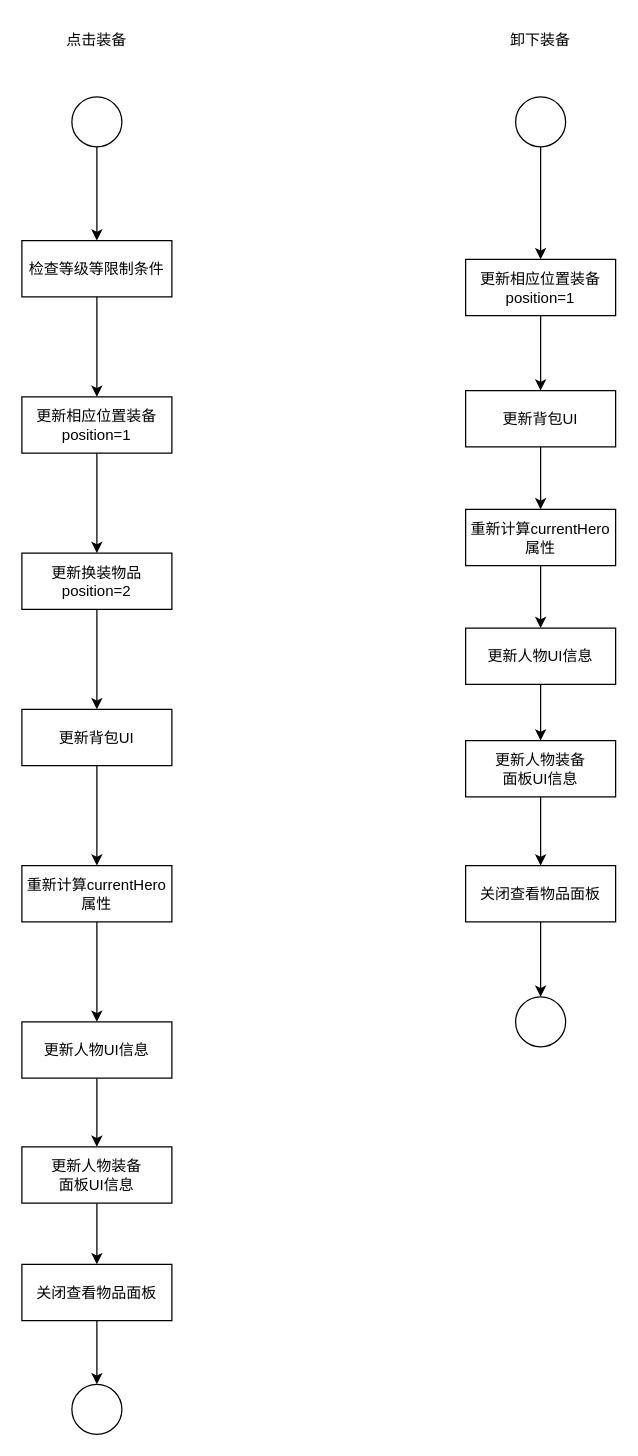
The draw.io diagram page "换装流程" (2 of 2) of AttackFlow.drawio in baokang/Draw, before the edit. Source tidied: cells renumbered, new cells numbered last; positions are measured from the earlier drawing's top-left corner, leaving out a move shared by most shapes. Both pictures are drawn from the tidied source at 125%, with x=0, y=0 at pixel (21, 21).
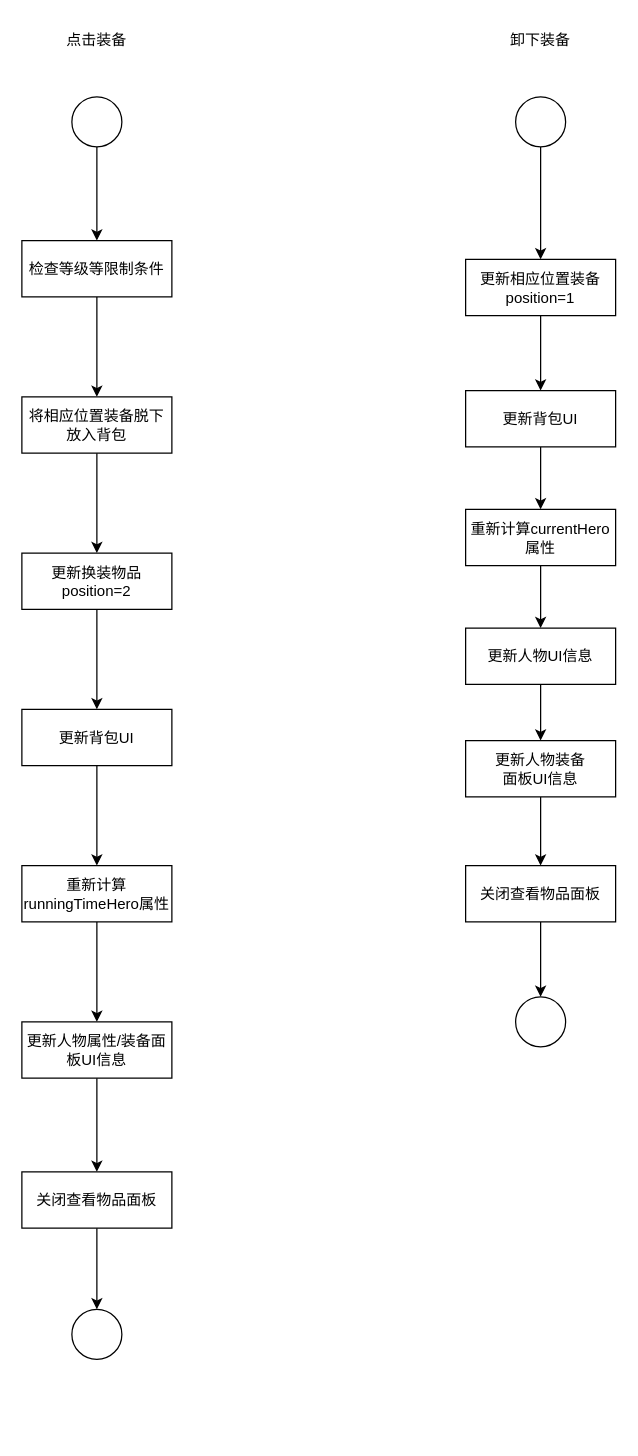
The same diagram, later.

The edit, as a diff of the source:
```diff
@@
-    <mxCell id="8" value="更新相应位置装备position=1" style="whiteSpace=wrap;html=1;" parent="1" vertex="1">
+    <mxCell id="8" value="将相应位置装备脱下放入背包" style="whiteSpace=wrap;html=1;" parent="1" vertex="1">
       <mxGeometry y="300" width="120" height="45" as="geometry" />
     </mxCell>
@@
-    <mxCell id="14" value="重新计算currentHero属性" style="whiteSpace=wrap;html=1;" parent="1" vertex="1">
+    <mxCell id="14" value="重新计算runningTimeHero&lt;span style=&quot;background-color: initial;&quot;&gt;属性&lt;/span&gt;" style="whiteSpace=wrap;html=1;" parent="1" vertex="1">
       <mxGeometry y="675" width="120" height="45" as="geometry" />
     </mxCell>
-    <mxCell id="15" style="edgeStyle=orthogonalEdgeStyle;rounded=0;jettySize=auto;html=1;" parent="1" edge="1" source="16" target="35">
+    <mxCell id="15" style="edgeStyle=orthogonalEdgeStyle;rounded=0;jettySize=auto;html=1;entryX=0.5;entryY=0;entryDx=0;entryDy=0;" parent="1" edge="1" source="16" target="18">
       <mxGeometry relative="1" as="geometry" />
     </mxCell>
-    <mxCell id="16" value="更新人物UI信息" style="whiteSpace=wrap;html=1;" parent="1" vertex="1">
+    <mxCell id="16" value="更新人物属性/装备面板UI信息" style="whiteSpace=wrap;html=1;" parent="1" vertex="1">
       <mxGeometry y="800" width="120" height="45" as="geometry" />
     </mxCell>
@@
     <mxCell id="18" value="关闭查看物品面板" style="whiteSpace=wrap;html=1;" parent="1" vertex="1">
-      <mxGeometry y="994" width="120" height="45" as="geometry" />
+      <mxGeometry y="920" width="120" height="45" as="geometry" />
     </mxCell>
     <mxCell id="19" style="ellipse;whiteSpace=wrap;html=1;" parent="1" vertex="1">
-      <mxGeometry x="40" y="1090" width="40" height="40" as="geometry" />
+      <mxGeometry x="40" y="1030" width="40" height="40" as="geometry" />
     </mxCell>
@@
-    <mxCell id="34" style="edgeStyle=orthogonalEdgeStyle;rounded=0;jettySize=auto;html=1;entryX=0.5;entryY=0;entryDx=0;entryDy=0;" parent="1" edge="1" source="35" target="18">
-      <mxGeometry relative="1" as="geometry" />
-    </mxCell>
-    <mxCell id="35" value="更新人物装备&lt;br&gt;面板UI信息" style="whiteSpace=wrap;html=1;" parent="1" vertex="1">
-      <mxGeometry y="900" width="120" height="45" as="geometry" />
-    </mxCell>
```
